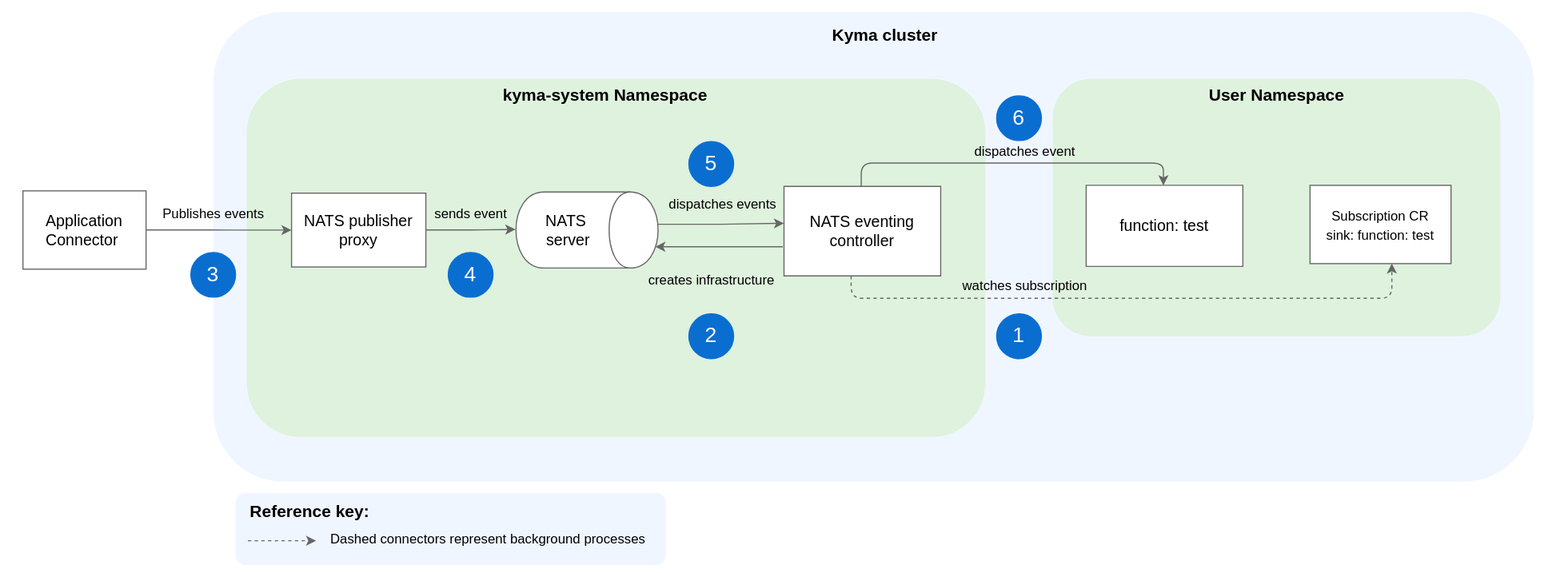
This is docs/05-technical-reference/00-architecture/assets/evnt-architecture.svg from kyma-project/kyma, a draw.io export, as it was before one commit. Source tidied: cells renumbered, new cells last; positions are measured from the earlier drawing's top-left corner, leaving out a move shared by most shapes.
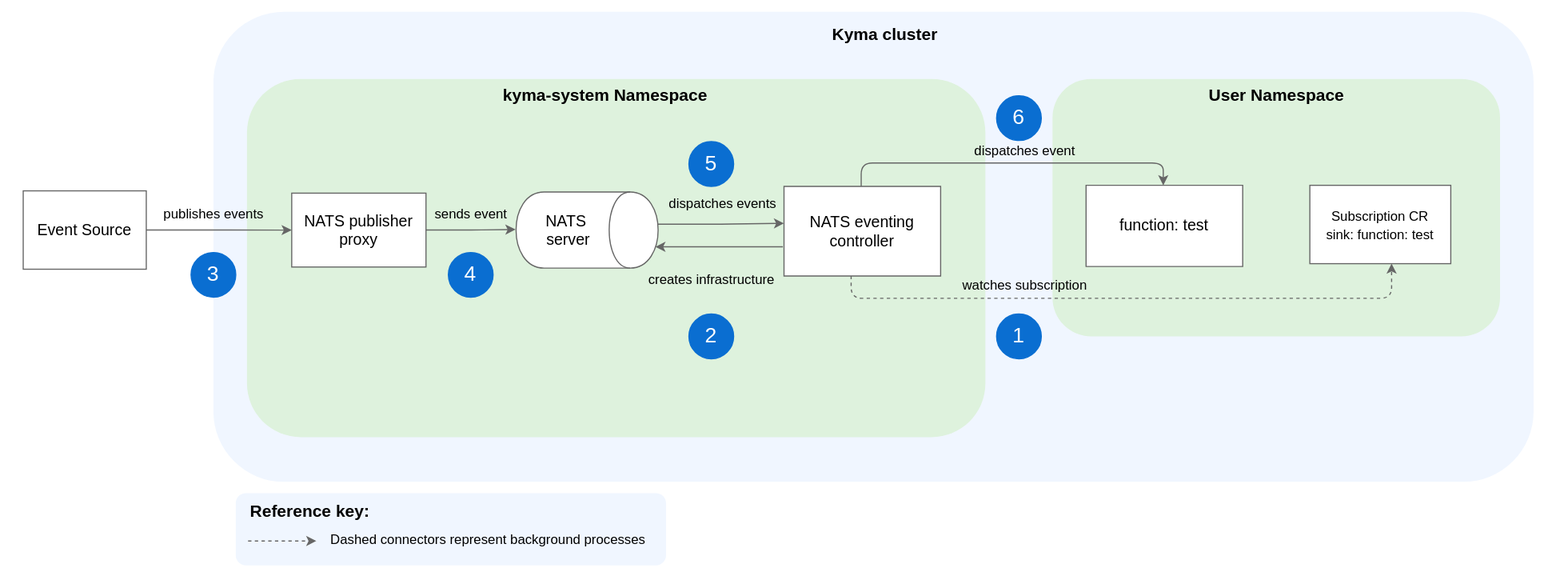
The same file after the commit.

The edit, as a diff of the source:
```diff
@@ -1,4 +1,4 @@
-<mxGraphModel background="#ffffff">
+<mxGraphModel>
   <root>
     <mxCell id="0" />
     <mxCell id="1" parent="0" />
@@ -11,9 +11,9 @@
     <mxCell id="4" style="group;strokeWidth=2;rounded=1;fillColor=#DEF2DD;" parent="1" vertex="1">
       <mxGeometry x="940" y="70" width="400" height="230" as="geometry" />
     </mxCell>
-    <mxCell id="5" value="&lt;font style=&quot;font-size: 14px&quot;&gt;&lt;br&gt;&lt;font style=&quot;font-size: 14px&quot;&gt;Application Connector&lt;/font&gt;&lt;/font&gt;&lt;font style=&quot;font-size: 14px&quot;&gt;&lt;font style=&quot;font-size: 14px&quot;&gt;&amp;nbsp;&lt;br&gt;&lt;/font&gt;&lt;br style=&quot;font-size: 14px&quot;&gt;&lt;/font&gt;" style="rounded=0;whiteSpace=wrap;html=1;strokeWidth=1;fillColor=#ffffff;verticalAlign=middle;fontSize=14;strokeColor=#666666;" parent="1" vertex="1">
-      <mxGeometry x="20" y="170" width="110" height="70" as="geometry" />
-    </mxCell>
+    <mxCell id="37" value="&lt;font style=&quot;font-size: 14px&quot;&gt;Event Source&lt;br style=&quot;font-size: 14px&quot;&gt;&lt;/font&gt;" style="rounded=0;whiteSpace=wrap;html=1;strokeWidth=1;fillColor=#ffffff;verticalAlign=middle;fontSize=14;strokeColor=#666666;" parent="1" vertex="1">
+      <mxGeometry x="20" y="170" width="110" height="70" as="geometry" />
+    </mxCell>
     <mxCell id="6" value="&lt;font style=&quot;font-size: 15px&quot;&gt;&lt;b&gt;User Namespace&lt;/b&gt;&lt;/font&gt;" style="text;html=1;strokeColor=none;fillColor=none;align=center;verticalAlign=middle;whiteSpace=wrap;rounded=0;fontSize=15;" parent="1" vertex="1">
       <mxGeometry x="1053.5" y="79.5" width="173" height="9.5" as="geometry" />
     </mxCell>
@@ -32,15 +32,15 @@
     <mxCell id="11" value="&lt;font style=&quot;font-size: 14px&quot;&gt;&lt;font style=&quot;font-size: 14px&quot;&gt;NATS publisher proxy&lt;/font&gt;&lt;br style=&quot;font-size: 14px&quot;&gt;&lt;/font&gt;" style="rounded=0;whiteSpace=wrap;html=1;labelBackgroundColor=none;strokeWidth=1;fontSize=14;strokeColor=#666666;" parent="1" vertex="1">
       <mxGeometry x="260" y="172.1" width="120" height="66" as="geometry" />
     </mxCell>
-    <mxCell id="12" style="edgeStyle=orthogonalEdgeStyle;rounded=1;jettySize=auto;html=1;exitX=1;exitY=0.5;exitDx=0;exitDy=0;entryX=0;entryY=0.5;entryDx=0;entryDy=0;fontColor=#D2D5D9;strokeColor=#666666;" parent="1" edge="1" source="5" target="11">
-      <mxGeometry relative="1" as="geometry" />
-    </mxCell>
+    <mxCell id="38" style="edgeStyle=orthogonalEdgeStyle;rounded=1;jettySize=auto;html=1;exitX=1;exitY=0.5;exitDx=0;exitDy=0;entryX=0;entryY=0.5;entryDx=0;entryDy=0;fontColor=#D2D5D9;strokeColor=#666666;" parent="1" edge="1" source="37" target="11">
+      <mxGeometry relative="1" as="geometry" />
+    </mxCell>
     <mxCell id="13" value="&lt;font style=&quot;font-size: 14px&quot;&gt;NATS&lt;br&gt;&amp;nbsp;server&lt;/font&gt;" style="shape=cylinder;whiteSpace=wrap;html=1;boundedLbl=1;backgroundOutline=1;rotation=90;horizontal=0;fontSize=14;strokeColor=#666666;" parent="1" vertex="1">
       <mxGeometry x="490" y="141.5" width="68" height="127" as="geometry" />
     </mxCell>
-    <mxCell id="14" value="&lt;font style=&quot;font-size: 12px&quot;&gt;Publishes events&lt;/font&gt;" style="text;html=1;align=center;verticalAlign=middle;" parent="1" vertex="1">
-      <mxGeometry x="135" y="181" width="110" height="20" as="geometry" />
-    </mxCell>
+    <mxCell id="39" value="&lt;font style=&quot;font-size: 12px&quot;&gt;publishes events&lt;/font&gt;" style="text;html=1;align=center;verticalAlign=middle;" parent="1" vertex="1">
+      <mxGeometry x="135" y="176" width="110" height="30" as="geometry" />
+    </mxCell>
     <mxCell id="15" value="sends event" style="text;html=1;align=center;verticalAlign=middle;" parent="1" vertex="1">
       <mxGeometry x="380" y="181" width="80" height="20" as="geometry" />
     </mxCell>
@@ -56,15 +56,15 @@
     <mxCell id="19" value="&lt;font color=&quot;#ffffff&quot;&gt;&lt;span style=&quot;font-size: 19px&quot;&gt;4&lt;/span&gt;&lt;/font&gt;" style="ellipse;whiteSpace=wrap;html=1;strokeColor=#0A6ED1;fillColor=#0A6ED1;" parent="1" vertex="1">
       <mxGeometry x="400" y="225.1" width="40" height="40" as="geometry" />
     </mxCell>
-    <mxCell id="20" style="edgeStyle=orthogonalEdgeStyle;rounded=1;jettySize=auto;html=1;entryX=0.998;entryY=0.42;entryDx=0;entryDy=0;entryPerimeter=0;dashed=1;endArrow=classic;endFill=1;strokeColor=#666666;" parent="1" edge="1" target="7">
-      <mxGeometry relative="1" as="geometry">
-        <mxPoint x="760" y="246" as="sourcePoint" />
-        <Array as="points">
-          <mxPoint x="760" y="266" />
-          <mxPoint x="1243" y="266" />
-        </Array>
-      </mxGeometry>
-    </mxCell>
+    <mxCell id="40" style="edgeStyle=orthogonalEdgeStyle;rounded=1;jettySize=auto;html=1;entryX=0.998;entryY=0.42;entryDx=0;entryDy=0;entryPerimeter=0;dashed=1;endArrow=classic;endFill=1;strokeColor=#666666;" parent="1" edge="1" target="7">
+      <mxGeometry relative="1" as="geometry">
+        <mxPoint x="760" y="246" as="sourcePoint" />
+        <Array as="points">
+          <mxPoint x="760" y="266" />
+          <mxPoint x="1243" y="266" />
+        </Array>
+      </mxGeometry>
+    </mxCell>
     <mxCell id="21" value="&lt;font style=&quot;font-size: 14px&quot;&gt;function: test&lt;/font&gt;" style="shape=note;whiteSpace=wrap;html=1;backgroundOutline=1;darkOpacity=0.05;fillColor=#FFFFFF;gradientColor=none;size=0;fontSize=14;strokeColor=#666666;" parent="1" vertex="1">
       <mxGeometry x="970" y="165.1" width="140" height="72.5" as="geometry" />
     </mxCell>
@@ -89,26 +89,26 @@
     <mxCell id="28" value="dispatches event" style="text;html=1;align=center;verticalAlign=middle;" parent="1" vertex="1">
       <mxGeometry x="860" y="125" width="110" height="20" as="geometry" />
     </mxCell>
-    <mxCell id="29" style="edgeStyle=orthogonalEdgeStyle;rounded=1;orthogonalLoop=1;jettySize=auto;html=1;entryX=0;entryY=0.5;entryDx=0;entryDy=0;entryPerimeter=0;strokeColor=#666666;" parent="1" edge="1">
-      <mxGeometry relative="1" as="geometry">
-        <mxPoint x="380" y="205" as="sourcePoint" />
-        <mxPoint x="460" y="204.5" as="targetPoint" />
-        <Array as="points">
-          <mxPoint x="420" y="205" />
-        </Array>
-      </mxGeometry>
-    </mxCell>
-    <mxCell id="30" style="edgeStyle=orthogonalEdgeStyle;rounded=1;orthogonalLoop=1;jettySize=auto;html=1;strokeColor=#666666;" parent="1" edge="1">
-      <mxGeometry relative="1" as="geometry">
-        <mxPoint x="699" y="220" as="sourcePoint" />
-        <mxPoint x="585" y="220" as="targetPoint" />
-      </mxGeometry>
-    </mxCell>
-    <mxCell id="31" style="edgeStyle=orthogonalEdgeStyle;rounded=1;jettySize=auto;html=1;strokeColor=#666666;exitX=0.424;exitY=0.001;exitDx=0;exitDy=0;exitPerimeter=0;" parent="1" edge="1" source="13">
-      <mxGeometry relative="1" as="geometry">
-        <mxPoint x="700" y="199" as="targetPoint" />
-      </mxGeometry>
-    </mxCell>
+    <mxCell id="41" style="edgeStyle=orthogonalEdgeStyle;rounded=1;orthogonalLoop=1;jettySize=auto;html=1;entryX=0;entryY=0.5;entryDx=0;entryDy=0;entryPerimeter=0;strokeColor=#666666;" parent="1" edge="1">
+      <mxGeometry relative="1" as="geometry">
+        <mxPoint x="380" y="205" as="sourcePoint" />
+        <mxPoint x="460" y="204.5" as="targetPoint" />
+        <Array as="points">
+          <mxPoint x="420" y="205" />
+        </Array>
+      </mxGeometry>
+    </mxCell>
+    <mxCell id="42" style="edgeStyle=orthogonalEdgeStyle;rounded=1;orthogonalLoop=1;jettySize=auto;html=1;strokeColor=#666666;" parent="1" edge="1">
+      <mxGeometry relative="1" as="geometry">
+        <mxPoint x="699" y="220" as="sourcePoint" />
+        <mxPoint x="585" y="220" as="targetPoint" />
+      </mxGeometry>
+    </mxCell>
+    <mxCell id="43" style="edgeStyle=orthogonalEdgeStyle;rounded=1;jettySize=auto;html=1;strokeColor=#666666;exitX=0.424;exitY=0.001;exitDx=0;exitDy=0;exitPerimeter=0;" parent="1" edge="1" source="13">
+      <mxGeometry relative="1" as="geometry">
+        <mxPoint x="700" y="199" as="targetPoint" />
+      </mxGeometry>
+    </mxCell>
     <mxCell id="32" value="&lt;font color=&quot;#ffffff&quot;&gt;&lt;span style=&quot;font-size: 19px&quot;&gt;6&lt;/span&gt;&lt;/font&gt;" style="ellipse;whiteSpace=wrap;html=1;strokeColor=#0A6ED1;fillColor=#0A6ED1;" parent="1" vertex="1">
       <mxGeometry x="890" y="85.1" width="40" height="40" as="geometry" />
     </mxCell>
@@ -121,11 +121,11 @@
     <mxCell id="35" value="&lt;div&gt;&lt;span&gt;Dashed connectors represent background processes&lt;/span&gt;&lt;/div&gt;" style="text;html=1;strokeColor=none;fillColor=none;align=left;verticalAlign=middle;whiteSpace=wrap;rounded=0;" parent="1" vertex="1">
       <mxGeometry x="292.5" y="465.8" width="306" height="33" as="geometry" />
     </mxCell>
-    <mxCell id="36" style="endArrow=classic;html=1;dashed=1;strokeWidth=1;strokeColor=#666666;" parent="1" edge="1">
-      <mxGeometry relative="1" as="geometry">
-        <mxPoint x="221" y="482.8" as="sourcePoint" />
-        <mxPoint x="282" y="482.8" as="targetPoint" />
-      </mxGeometry>
-    </mxCell>
+    <mxCell id="44" style="endArrow=classic;html=1;dashed=1;strokeWidth=1;strokeColor=#666666;" parent="1" edge="1">
+      <mxGeometry relative="1" as="geometry">
+        <mxPoint x="221" y="482.8" as="sourcePoint" />
+        <mxPoint x="282" y="482.8" as="targetPoint" />
+      </mxGeometry>
+    </mxCell>
   </root>
 </mxGraphModel>
```
